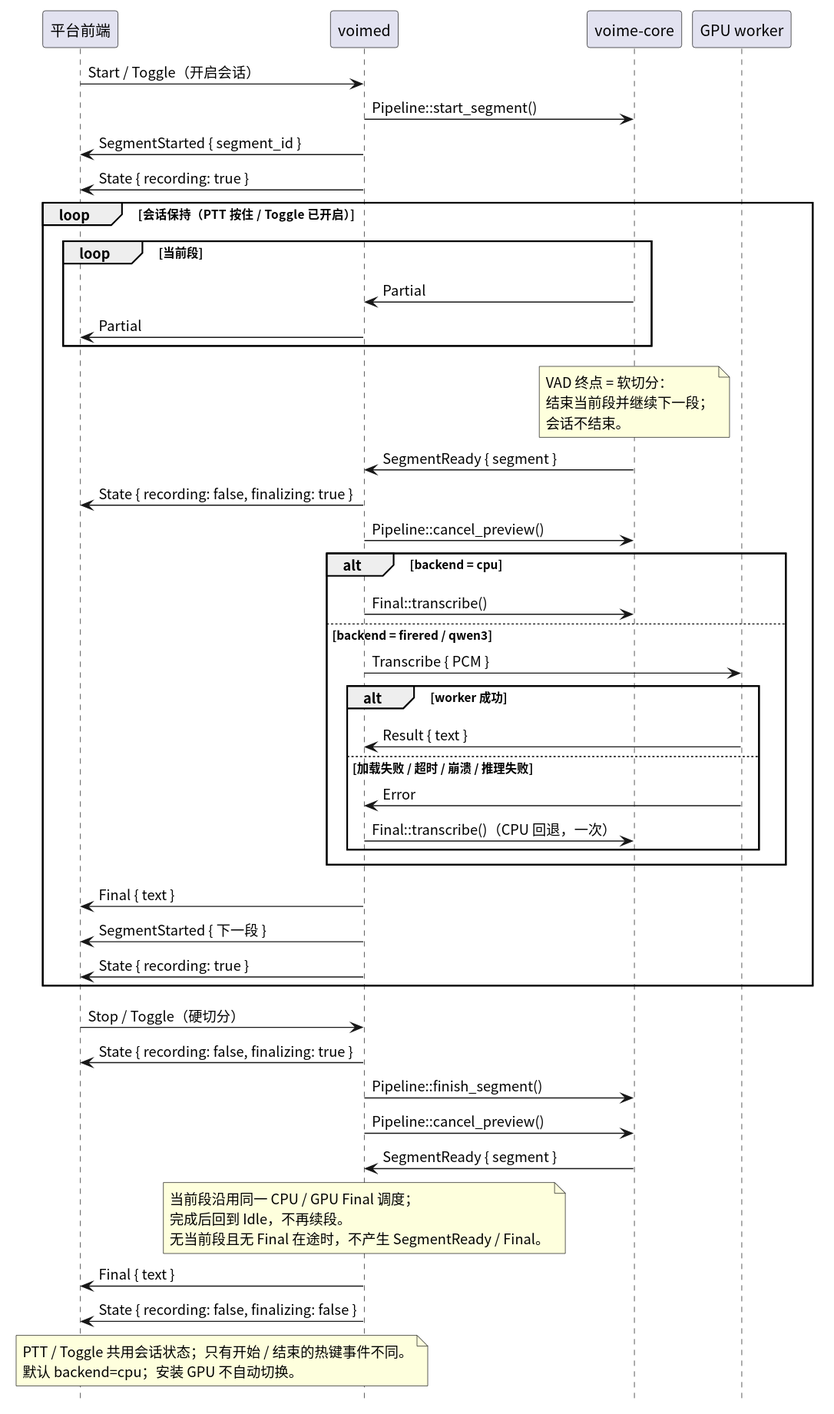
Earlier version of the PlantUML export crates/voimed/diagram/session-state.svg (54m43lJ/voime). The source it was exported from:
```plantuml
@startuml
skinparam defaultFontName "Noto Sans CJK SC"
skinparam shadowing false
hide footbox

participant "平台前端" as Frontend
participant "voimed" as Daemon
participant "voime-core" as Core
participant "GPU worker" as Worker

Frontend -> Daemon : Start / Toggle（开启会话）
Daemon -> Core : Pipeline::start_segment()
Daemon -> Frontend : SegmentStarted { segment_id }
Daemon -> Frontend : State { recording: true }

loop 会话保持（PTT 按住 / Toggle 已开启）
  loop 当前段
    Core -> Daemon : Partial
    Daemon -> Frontend : Partial
  end

  note over Core
    VAD 终点 = 软切分：
    结束当前段并继续下一段；
    会话不结束。
  end note

  Core -> Daemon : SegmentReady { segment }
  Daemon -> Frontend : State { recording: false, finalizing: true }
  Daemon -> Core : Pipeline::cancel_preview()

  alt backend = cpu
    Daemon -> Core : Final::transcribe()
  else backend = firered / qwen3
    Daemon -> Worker : Transcribe { PCM }
    alt worker 成功
      Worker -> Daemon : Result { text }
    else 加载失败 / 超时 / 崩溃 / 推理失败
      Worker -> Daemon : Error
      Daemon -> Core : Final::transcribe()（CPU 回退，一次）
    end
  end

  Daemon -> Frontend : Final { text }
  Daemon -> Frontend : SegmentStarted { 下一段 }
  Daemon -> Frontend : State { recording: true }
end

Frontend -> Daemon : Stop / Toggle（硬切分）
Daemon -> Frontend : State { recording: false, finalizing: true }
Daemon -> Core : Pipeline::finish_segment()
Daemon -> Core : Pipeline::cancel_preview()
Core -> Daemon : SegmentReady { segment }

note over Daemon
  当前段沿用同一 CPU / GPU Final 调度；
  完成后回到 Idle，不再续段。
  无当前段且无 Final 在途时，不产生 SegmentReady / Final。
end note

Daemon -> Frontend : Final { text }
Daemon -> Frontend : State { recording: false, finalizing: false }

note over Frontend, Daemon
  PTT / Toggle 共用会话状态；只有开始 / 结束的热键事件不同。
  默认 backend=cpu；安装 GPU 不自动切换。
end note
@enduml
```
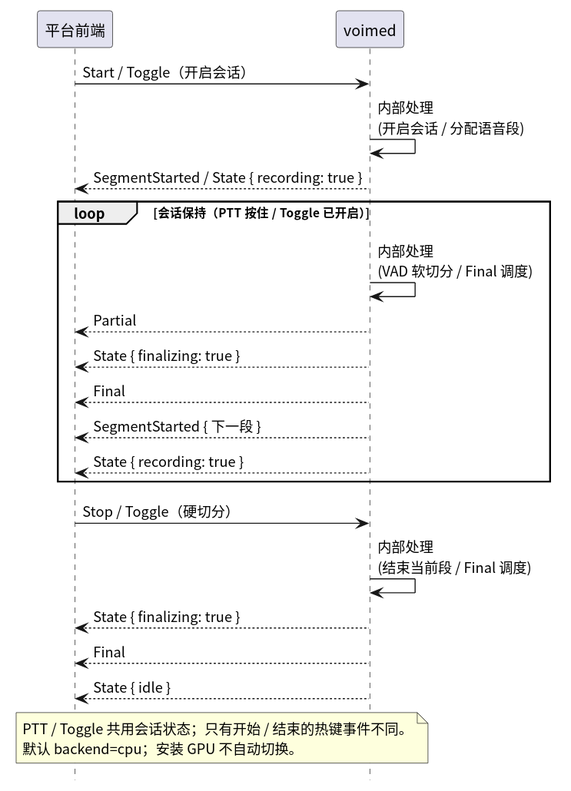
After the commit.

Diff of the diagram source:
```diff
@@ -4,64 +4,28 @@
 hide footbox
 
 participant "平台前端" as Frontend
-participant "voimed" as Daemon
-participant "voime-core" as Core
-participant "GPU worker" as Worker
+participant "voimed" as Voimed
 
-Frontend -> Daemon : Start / Toggle（开启会话）
-Daemon -> Core : Pipeline::start_segment()
-Daemon -> Frontend : SegmentStarted { segment_id }
-Daemon -> Frontend : State { recording: true }
+Frontend -> Voimed : Start / Toggle（开启会话）
+Voimed -> Voimed : 内部处理\n(开启会话 / 分配语音段)
+Voimed --> Frontend : SegmentStarted / State { recording: true }
 
 loop 会话保持（PTT 按住 / Toggle 已开启）
-  loop 当前段
-    Core -> Daemon : Partial
-    Daemon -> Frontend : Partial
-  end
-
-  note over Core
-    VAD 终点 = 软切分：
-    结束当前段并继续下一段；
-    会话不结束。
-  end note
-
-  Core -> Daemon : SegmentReady { segment }
-  Daemon -> Frontend : State { recording: false, finalizing: true }
-  Daemon -> Core : Pipeline::cancel_preview()
-
-  alt backend = cpu
-    Daemon -> Core : Final::transcribe()
-  else backend = firered / qwen3
-    Daemon -> Worker : Transcribe { PCM }
-    alt worker 成功
-      Worker -> Daemon : Result { text }
-    else 加载失败 / 超时 / 崩溃 / 推理失败
-      Worker -> Daemon : Error
-      Daemon -> Core : Final::transcribe()（CPU 回退，一次）
-    end
-  end
-
-  Daemon -> Frontend : Final { text }
-  Daemon -> Frontend : SegmentStarted { 下一段 }
-  Daemon -> Frontend : State { recording: true }
+  Voimed -> Voimed : 内部处理\n(VAD 软切分 / Final 调度)
+  Voimed --> Frontend : Partial
+  Voimed --> Frontend : State { finalizing: true }
+  Voimed --> Frontend : Final
+  Voimed --> Frontend : SegmentStarted { 下一段 }
+  Voimed --> Frontend : State { recording: true }
 end
 
-Frontend -> Daemon : Stop / Toggle（硬切分）
-Daemon -> Frontend : State { recording: false, finalizing: true }
-Daemon -> Core : Pipeline::finish_segment()
-Daemon -> Core : Pipeline::cancel_preview()
-Core -> Daemon : SegmentReady { segment }
+Frontend -> Voimed : Stop / Toggle（硬切分）
+Voimed -> Voimed : 内部处理\n(结束当前段 / Final 调度)
+Voimed --> Frontend : State { finalizing: true }
+Voimed --> Frontend : Final
+Voimed --> Frontend : State { idle }
 
-note over Daemon
-  当前段沿用同一 CPU / GPU Final 调度；
-  完成后回到 Idle，不再续段。
-  无当前段且无 Final 在途时，不产生 SegmentReady / Final。
-end note
-
-Daemon -> Frontend : Final { text }
-Daemon -> Frontend : State { recording: false, finalizing: false }
-
-note over Frontend, Daemon
+note over Frontend, Voimed
   PTT / Toggle 共用会话状态；只有开始 / 结束的热键事件不同。
   默认 backend=cpu；安装 GPU 不自动切换。
 end note
```
